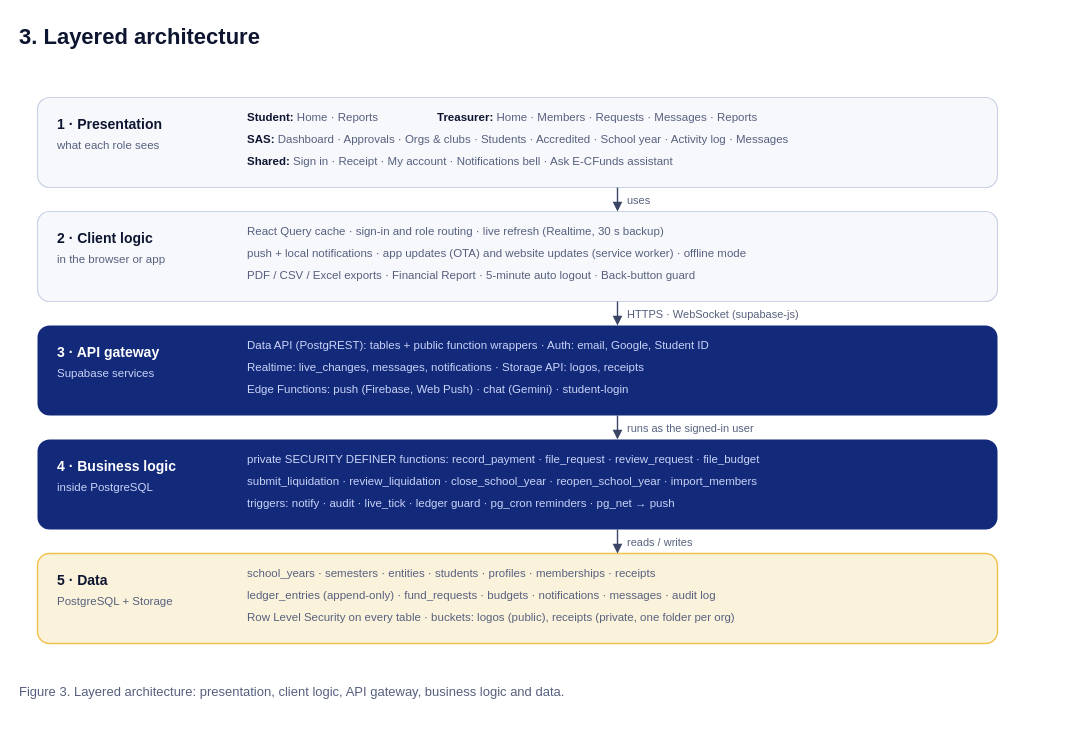
Earlier version of the draw.io diagram page "3. Layered architecture" (3 of 8) of docs/diagrams/E-CFunds-System-Diagrams-editable.drawio (ramosneil/E-CFunds). Source tidied: cells renumbered, new cells numbered last; positions are measured from the earlier drawing's top-left corner, leaving out a move shared by most shapes. Both pictures are drawn from the tidied source at 100%, with x=0, y=0 at pixel (17, 17).
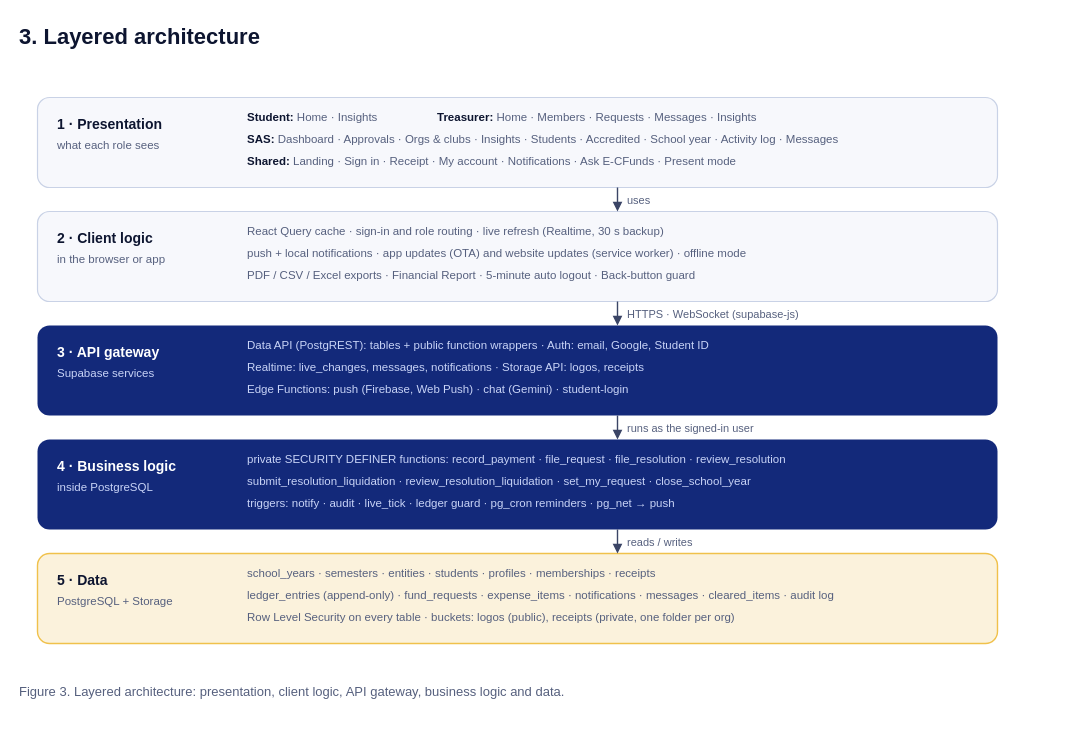
After the change.

Diff of the diagram source:
```diff
@@
-    <mxCell id="6" value="&lt;font color=&quot;#0D1530&quot;&gt;&lt;b&gt;Student:&lt;/b&gt;&lt;/font&gt; Home · Reports" style="text;html=1;whiteSpace=nowrap;spacing=0;spacingLeft=0;spacingRight=0;verticalAlign=middle;align=left;fontFamily=Helvetica;fontSize=11.5;fontColor=#56607E;fontStyle=0;" parent="1" vertex="1">
-      <mxGeometry x="230" y="91.3" width="164.7" height="17.2" as="geometry" />
+    <mxCell id="6" value="&lt;font color=&quot;#0D1530&quot;&gt;&lt;b&gt;Student:&lt;/b&gt;&lt;/font&gt; Home · Insights" style="text;html=1;whiteSpace=nowrap;spacing=0;spacingLeft=0;spacingRight=0;verticalAlign=middle;align=left;fontFamily=Helvetica;fontSize=11.5;fontColor=#56607E;fontStyle=0;" parent="1" vertex="1">
+      <mxGeometry x="230" y="91.3" width="171.6" height="17.2" as="geometry" />
     </mxCell>
-    <mxCell id="7" value="&lt;font color=&quot;#0D1530&quot;&gt;&lt;b&gt;Treasurer:&lt;/b&gt;&lt;/font&gt; Home · Members · Requests · Messages · Reports" style="text;html=1;whiteSpace=nowrap;spacing=0;spacingLeft=0;spacingRight=0;verticalAlign=middle;align=left;fontFamily=Helvetica;fontSize=11.5;fontColor=#56607E;fontStyle=0;" parent="1" vertex="1">
-      <mxGeometry x="420" y="91.3" width="399.3" height="17.2" as="geometry" />
+    <mxCell id="7" value="&lt;font color=&quot;#0D1530&quot;&gt;&lt;b&gt;Treasurer:&lt;/b&gt;&lt;/font&gt; Home · Members · Requests · Messages · Insights" style="text;html=1;whiteSpace=nowrap;spacing=0;spacingLeft=0;spacingRight=0;verticalAlign=middle;align=left;fontFamily=Helvetica;fontSize=11.5;fontColor=#56607E;fontStyle=0;" parent="1" vertex="1">
+      <mxGeometry x="420" y="91.3" width="406.2" height="17.2" as="geometry" />
     </mxCell>
-    <mxCell id="8" value="&lt;font color=&quot;#0D1530&quot;&gt;&lt;b&gt;SAS:&lt;/b&gt;&lt;/font&gt; Dashboard · Approvals · Orgs &amp;amp; clubs · Students · Accredited · School year · Activity log · Messages" style="text;html=1;whiteSpace=nowrap;spacing=0;spacingLeft=0;spacingRight=0;verticalAlign=middle;align=left;fontFamily=Helvetica;fontSize=11.5;fontColor=#56607E;fontStyle=0;" parent="1" vertex="1">
-      <mxGeometry x="230" y="113.3" width="730.5" height="17.2" as="geometry" />
+    <mxCell id="8" value="&lt;font color=&quot;#0D1530&quot;&gt;&lt;b&gt;SAS:&lt;/b&gt;&lt;/font&gt; Dashboard · Approvals · Orgs &amp;amp; clubs · Insights · Students · Accredited · School year · Activity log · Messages" style="text;html=1;whiteSpace=nowrap;spacing=0;spacingLeft=0;spacingRight=0;verticalAlign=middle;align=left;fontFamily=Helvetica;fontSize=11.5;fontColor=#56607E;fontStyle=0;" parent="1" vertex="1">
+      <mxGeometry x="230" y="113.3" width="806.4" height="17.2" as="geometry" />
     </mxCell>
-    <mxCell id="9" value="&lt;font color=&quot;#0D1530&quot;&gt;&lt;b&gt;Shared:&lt;/b&gt;&lt;/font&gt; Sign in · Receipt · My account · Notifications bell · Ask E-CFunds assistant" style="text;html=1;whiteSpace=nowrap;spacing=0;spacingLeft=0;spacingRight=0;verticalAlign=middle;align=left;fontFamily=Helvetica;fontSize=11.5;fontColor=#56607E;fontStyle=0;" parent="1" vertex="1">
-      <mxGeometry x="230" y="135.3" width="585.6" height="17.2" as="geometry" />
+    <mxCell id="9" value="&lt;font color=&quot;#0D1530&quot;&gt;&lt;b&gt;Shared:&lt;/b&gt;&lt;/font&gt; Landing · Sign in · Receipt · My account · Notifications · Ask E-CFunds · Present mode" style="text;html=1;whiteSpace=nowrap;spacing=0;spacingLeft=0;spacingRight=0;verticalAlign=middle;align=left;fontFamily=Helvetica;fontSize=11.5;fontColor=#56607E;fontStyle=0;" parent="1" vertex="1">
+      <mxGeometry x="230" y="135.3" width="654.6" height="17.2" as="geometry" />
     </mxCell>
@@
-    <mxCell id="25" value="private SECURITY DEFINER functions: record_payment · file_request · review_request · file_budget" style="text;html=1;whiteSpace=nowrap;spacing=0;spacingLeft=0;spacingRight=0;verticalAlign=middle;align=left;fontFamily=Helvetica;fontSize=11.5;fontColor=#C9D4F7;fontStyle=0;" parent="1" vertex="1">
-      <mxGeometry x="230" y="433.4" width="668.4" height="17.2" as="geometry" />
+    <mxCell id="25" value="private SECURITY DEFINER functions: record_payment · file_request · file_resolution · review_resolution" style="text;html=1;whiteSpace=nowrap;spacing=0;spacingLeft=0;spacingRight=0;verticalAlign=middle;align=left;fontFamily=Helvetica;fontSize=11.5;fontColor=#C9D4F7;fontStyle=0;" parent="1" vertex="1">
+      <mxGeometry x="230" y="433.4" width="716.7" height="17.2" as="geometry" />
     </mxCell>
-    <mxCell id="26" value="submit_liquidation · review_liquidation · close_school_year · reopen_school_year · import_members" style="text;html=1;whiteSpace=nowrap;spacing=0;spacingLeft=0;spacingRight=0;verticalAlign=middle;align=left;fontFamily=Helvetica;fontSize=11.5;fontColor=#C9D4F7;fontStyle=0;" parent="1" vertex="1">
-      <mxGeometry x="230" y="455.4" width="675.3" height="17.2" as="geometry" />
+    <mxCell id="26" value="submit_resolution_liquidation · review_resolution_liquidation · set_my_request · close_school_year" style="text;html=1;whiteSpace=nowrap;spacing=0;spacingLeft=0;spacingRight=0;verticalAlign=middle;align=left;fontFamily=Helvetica;fontSize=11.5;fontColor=#C9D4F7;fontStyle=0;" parent="1" vertex="1">
+      <mxGeometry x="230" y="455.4" width="682.2" height="17.2" as="geometry" />
     </mxCell>
@@
-    <mxCell id="32" value="ledger_entries (append-only) · fund_requests · budgets · notifications · messages · audit log" style="text;html=1;whiteSpace=nowrap;spacing=0;spacingLeft=0;spacingRight=0;verticalAlign=middle;align=left;fontFamily=Helvetica;fontSize=11.5;fontColor=#56607E;fontStyle=0;" parent="1" vertex="1">
-      <mxGeometry x="230" y="569.4" width="647.7" height="17.2" as="geometry" />
+    <mxCell id="32" value="ledger_entries (append-only) · fund_requests · expense_items · notifications · messages · cleared_items · audit log" style="text;html=1;whiteSpace=nowrap;spacing=0;spacingLeft=0;spacingRight=0;verticalAlign=middle;align=left;fontFamily=Helvetica;fontSize=11.5;fontColor=#56607E;fontStyle=0;" parent="1" vertex="1">
+      <mxGeometry x="230" y="569.4" width="799.5" height="17.2" as="geometry" />
     </mxCell>
```
